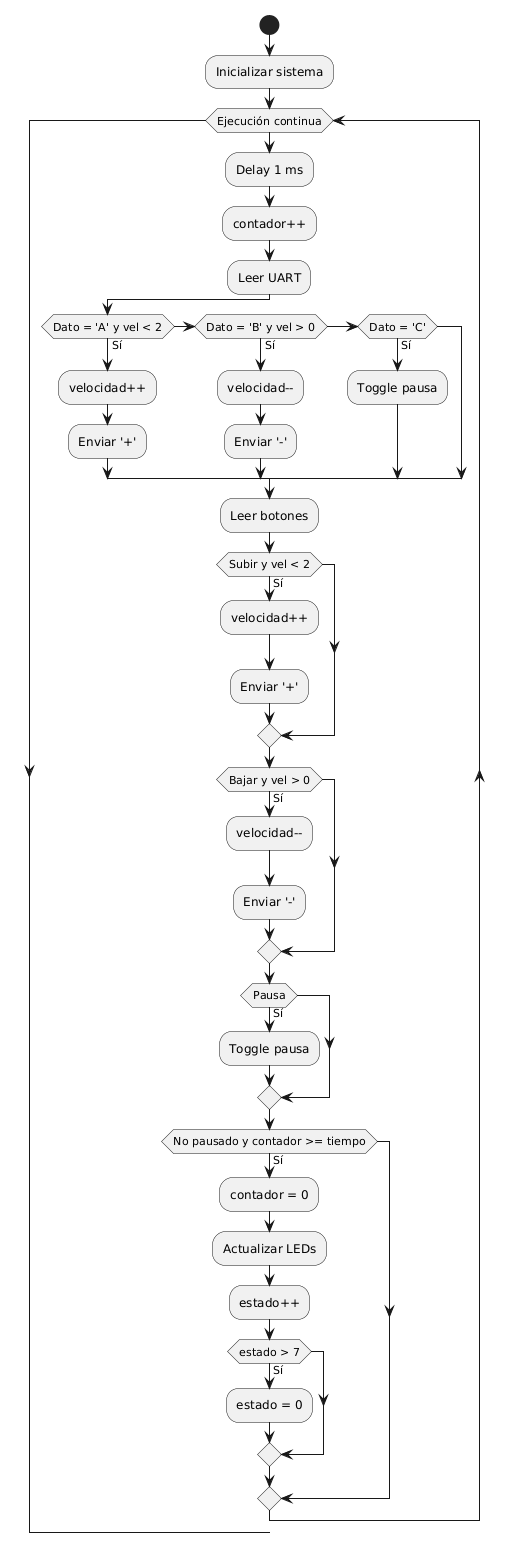
This is Diagrama.png from CrispoPlay/Proyecto1---25664, a PlantUML export, as it was before one commit. Source of this version:
```plantuml
@startuml
start

:Inicializar sistema;

while (Ejecución continua)

  :Delay 1 ms;
  :contador++;

  :Leer UART;

  if (Dato = 'A' y vel < 2) then (Sí)
    :velocidad++;
    :Enviar '+';
  elseif (Dato = 'B' y vel > 0) then (Sí)
    :velocidad--;
    :Enviar '-';
  elseif (Dato = 'C') then (Sí)
    :Toggle pausa;
  endif


  :Leer botones;

  if (Subir y vel < 2) then (Sí)
    :velocidad++;
    :Enviar '+';
  endif

  if (Bajar y vel > 0) then (Sí)
    :velocidad--;
    :Enviar '-';
  endif

  if (Pausa) then (Sí)
    :Toggle pausa;
  endif


  if (No pausado y contador >= tiempo) then (Sí)
    :contador = 0;
    :Actualizar LEDs;
    :estado++;

    if (estado > 7) then (Sí)
      :estado = 0;
    endif

  endif

endwhile
@enduml
```
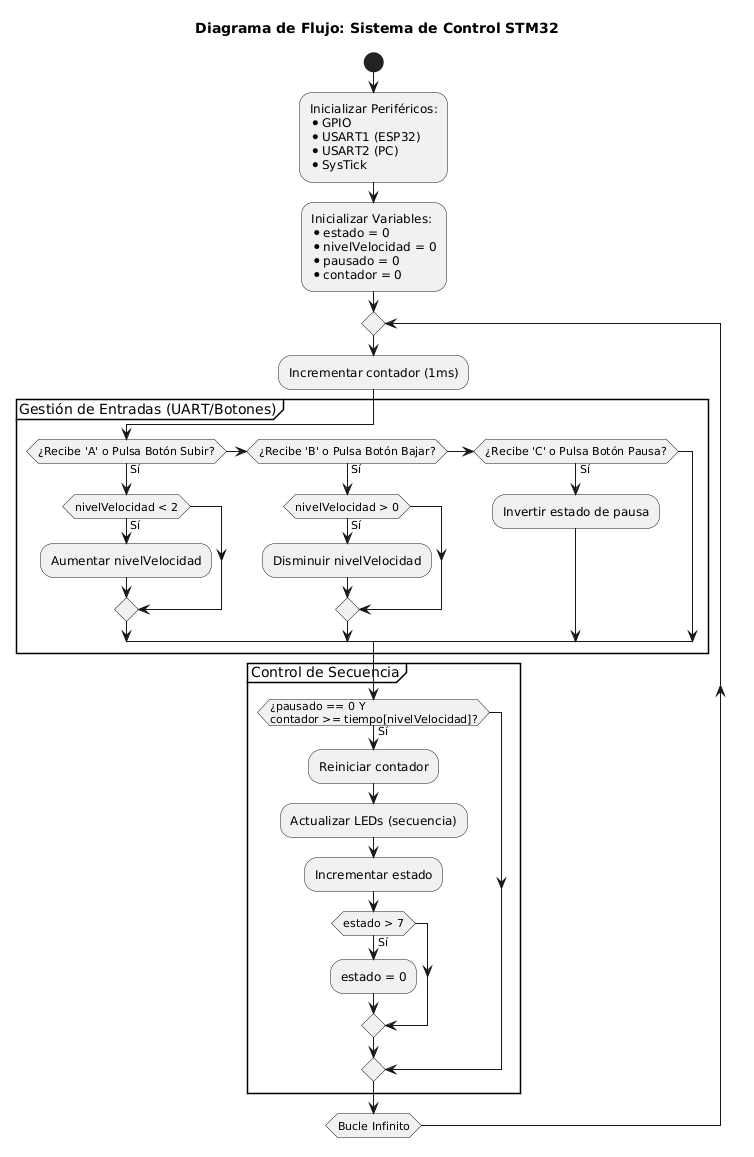
After the change.

What changed in the source:
```diff
@@ -1,53 +1,51 @@
 @startuml
+skinparam Monochrome true
+skinparam DefaultFontName Arial
+skinparam shadowing false
+
+title Diagrama de Flujo: Sistema de Control STM32
+
 start
 
-:Inicializar sistema;
+:Inicializar Periféricos:
+* GPIO
+* USART1 (ESP32)
+* USART2 (PC)
+* SysTick;
 
-while (Ejecución continua)
+:Inicializar Variables:
+* estado = 0
+* nivelVelocidad = 0
+* pausado = 0
+* contador = 0;
 
-  :Delay 1 ms;
-  :contador++;
+repeat
+  :Incrementar contador (1ms);
 
-  :Leer UART;
+  partition "Gestión de Entradas (UART/Botones)" {
+    if (¿Recibe 'A' o Pulsa Botón Subir?) then (Sí)
+      if (nivelVelocidad < 2) then (Sí)
+        :Aumentar nivelVelocidad;
+      endif
+    else if (¿Recibe 'B' o Pulsa Botón Bajar?) then (Sí)
+      if (nivelVelocidad > 0) then (Sí)
+        :Disminuir nivelVelocidad;
+      endif
+    else if (¿Recibe 'C' o Pulsa Botón Pausa?) then (Sí)
+      :Invertir estado de pausa;
+    endif
+  }
 
-  if (Dato = 'A' y vel < 2) then (Sí)
-    :velocidad++;
-    :Enviar '+';
-  elseif (Dato = 'B' y vel > 0) then (Sí)
-    :velocidad--;
-    :Enviar '-';
-  elseif (Dato = 'C') then (Sí)
-    :Toggle pausa;
-  endif
+  partition "Control de Secuencia" {
+    if (¿pausado == 0 Y\ncontador >= tiempo[nivelVelocidad]?) then (Sí)
+      :Reiniciar contador;
+      :Actualizar LEDs (secuencia);
+      :Incrementar estado;
+      if (estado > 7) then (Sí)
+        :estado = 0;
+      endif
+    endif
+  }
 
-
-  :Leer botones;
-
-  if (Subir y vel < 2) then (Sí)
-    :velocidad++;
-    :Enviar '+';
-  endif
-
-  if (Bajar y vel > 0) then (Sí)
-    :velocidad--;
-    :Enviar '-';
-  endif
-
-  if (Pausa) then (Sí)
-    :Toggle pausa;
-  endif
-
-
-  if (No pausado y contador >= tiempo) then (Sí)
-    :contador = 0;
-    :Actualizar LEDs;
-    :estado++;
-
-    if (estado > 7) then (Sí)
-      :estado = 0;
-    endif
-
-  endif
-
-endwhile
+repeat while (Bucle Infinito)
 @enduml
```
